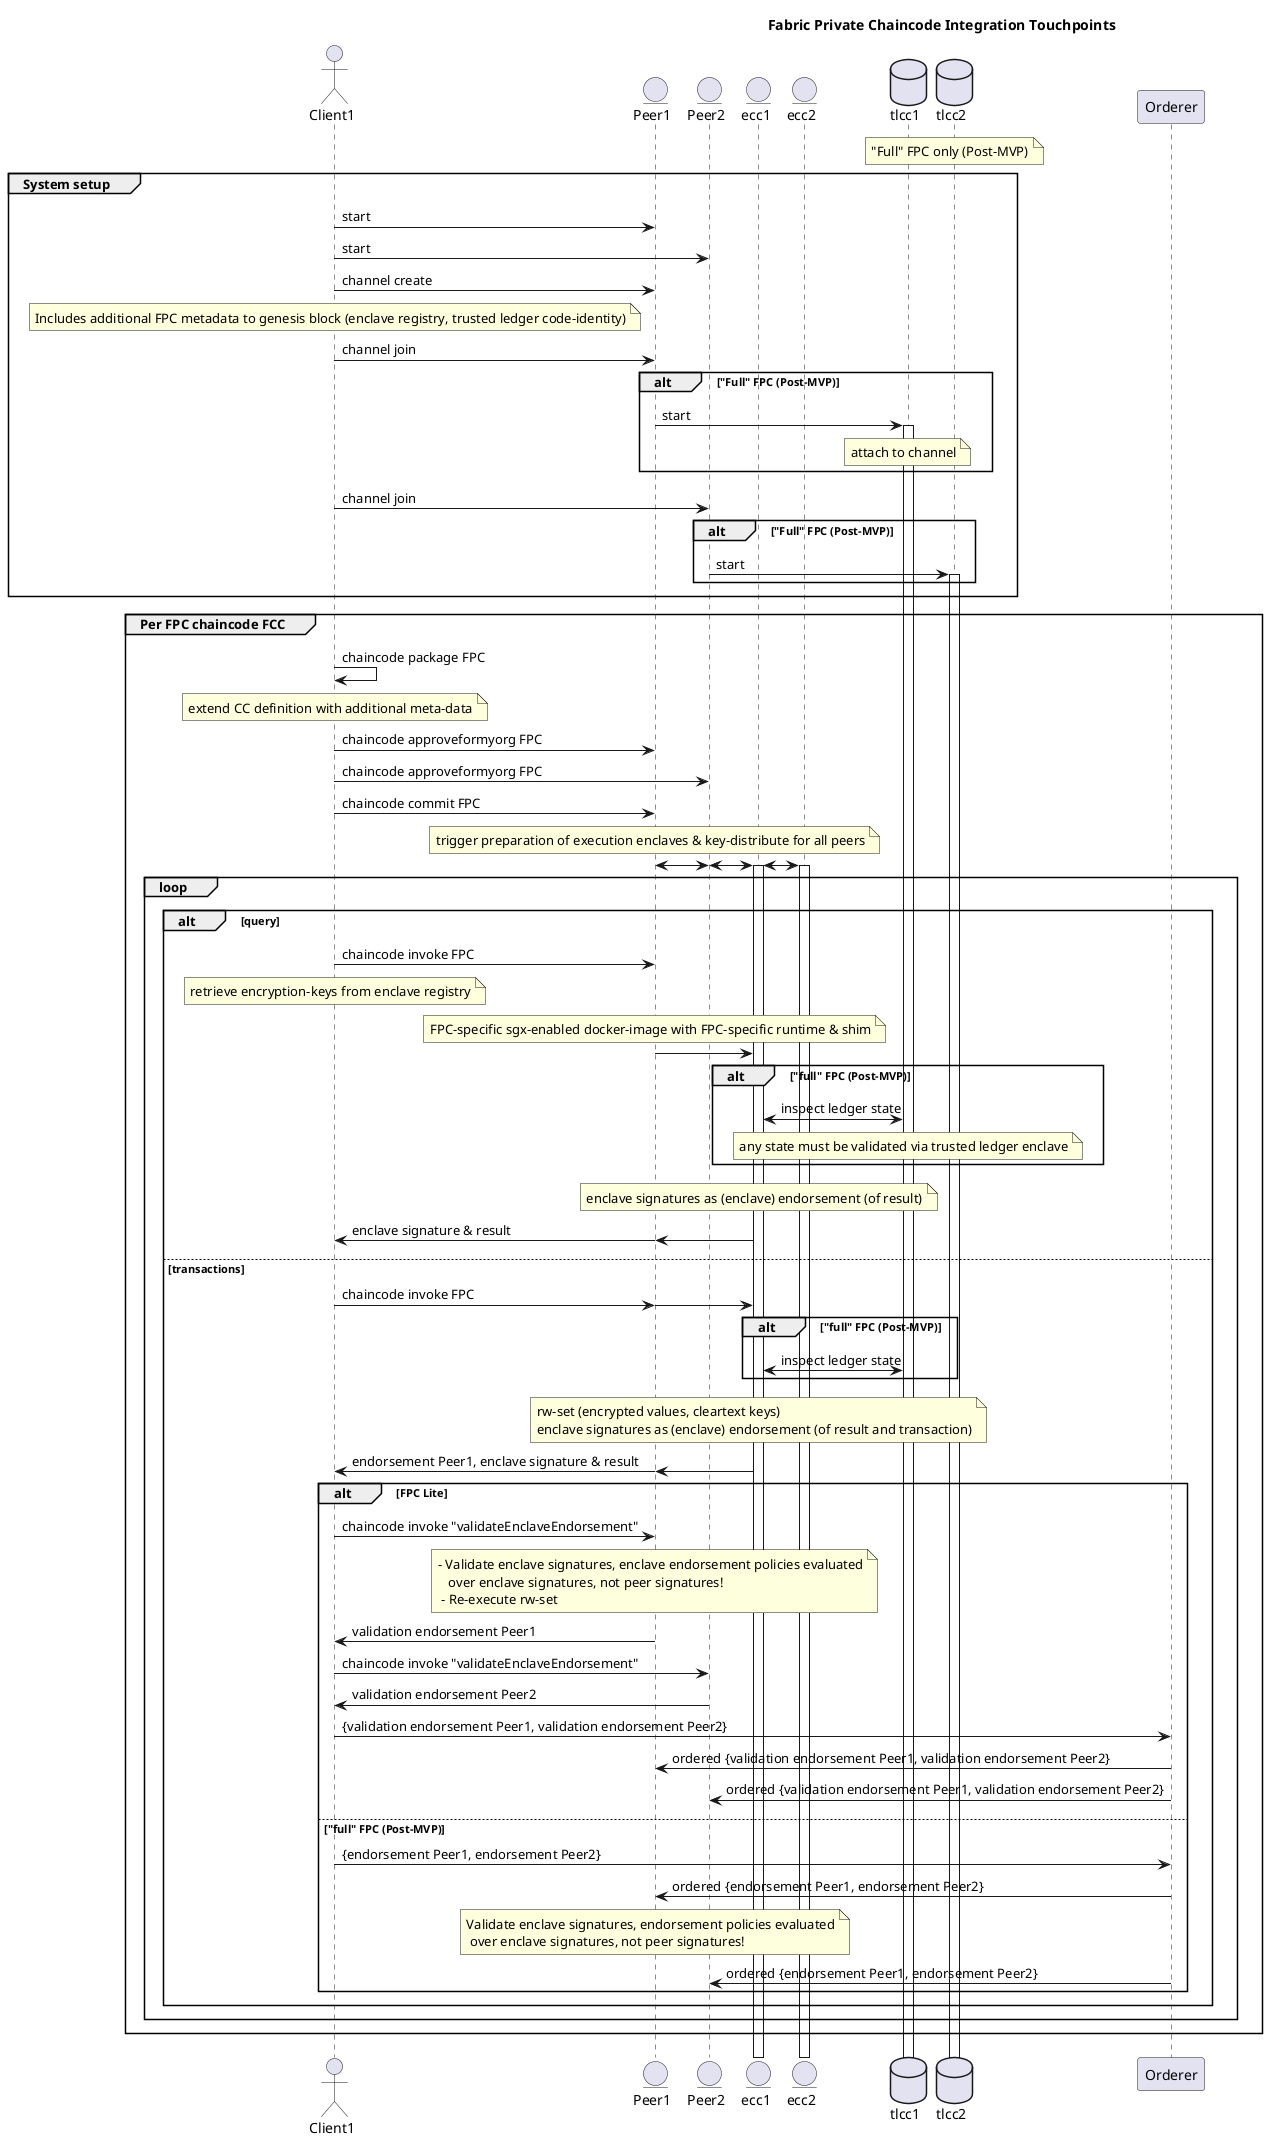
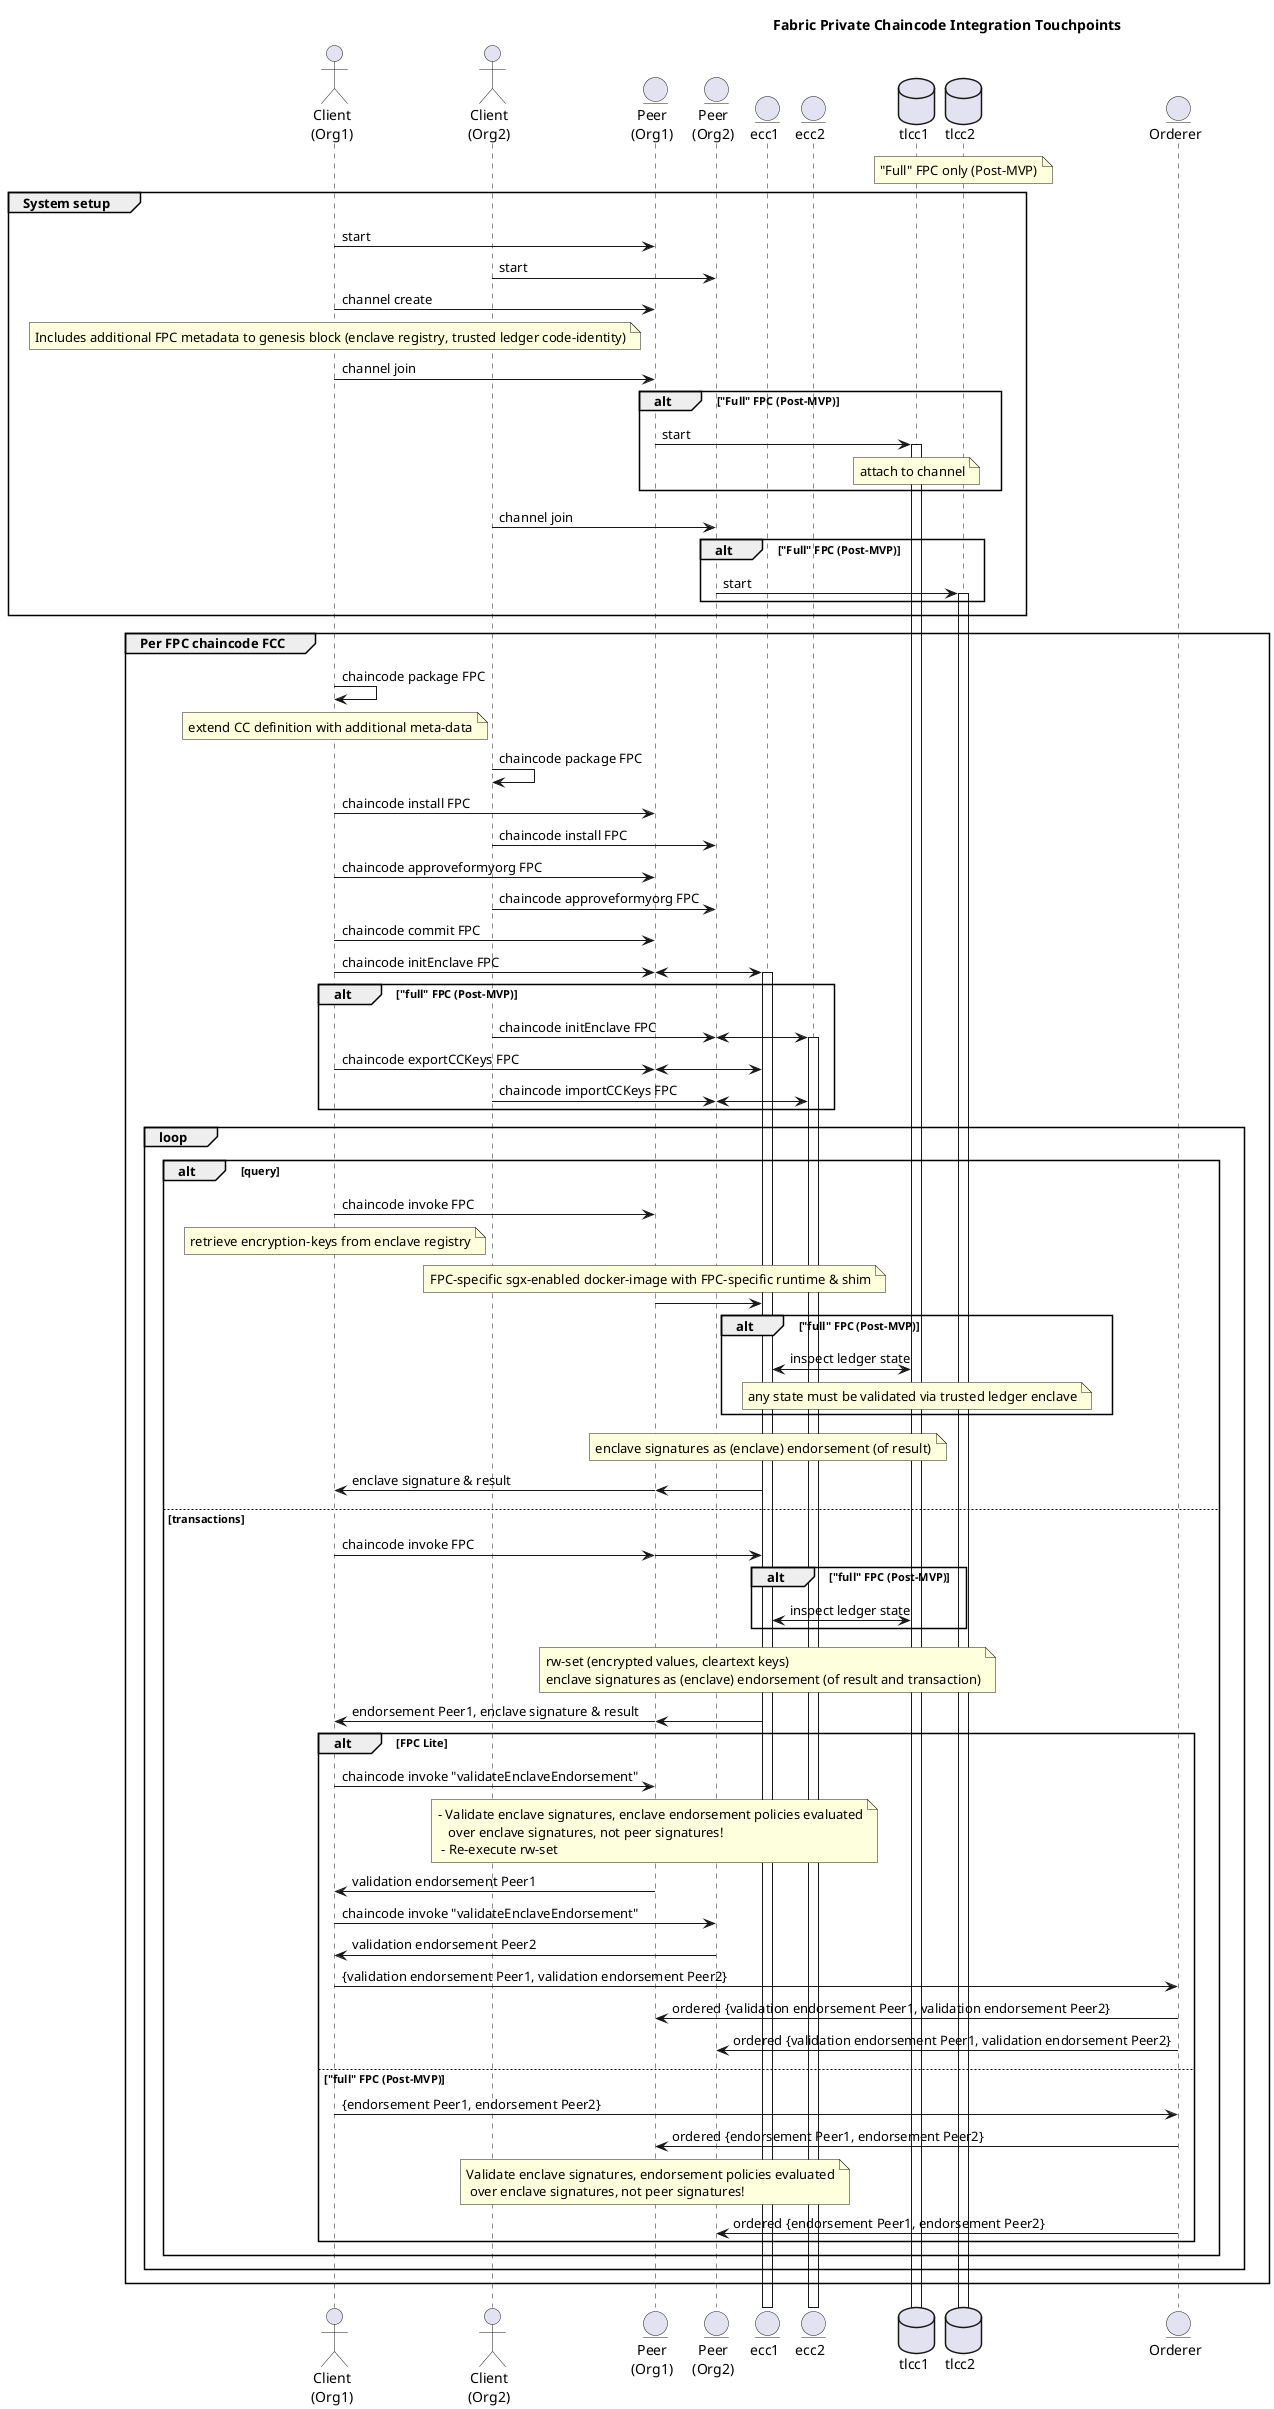
/'
    Copyright 2020 Intel Corporation
    Copyright IBM Corp. All Rights Reserved.

    SPDX-License-Identifier: Apache-2.0
'/

@startuml

'- force wrapping of longer text
'skinparam wrapWidth 400

!pragma teoz true


title Fabric Private Chaincode Integration Touchpoints

- actor	Client1
- entity	Peer1
- entity	Peer2
+ actor	"Client\n(Org1)" as Client1
+ actor	"Client\n(Org2)" as Client2
+ entity	"Peer\n(Org1)" as Peer1
+ entity	"Peer\n(Org2)" as Peer2
entity ecc1
entity ecc2
database tlcc1
database tlcc2
- 'entity	Orderer
+ entity	Orderer
'database Ledger

note over tlcc2
  "Full" FPC only (Post-MVP)
end note

group System setup

  Client1 -> Peer1 : start
-   Client1 -> Peer2 : start
+   Client2 -> Peer2 : start

  Client1 -> Peer1 : channel create
    note over Client1
      Includes additional FPC metadata to genesis block (enclave registry, trusted ledger code-identity)
    end note

  Client1 -> Peer1 : channel join
  alt "Full" FPC (Post-MVP)
    Peer1 -> tlcc1 : start
    activate tlcc1
      note over tlcc1
        attach to channel
      end note
  end

-   Client1 -> Peer2 : channel join
+   Client2 -> Peer2 : channel join
  alt "Full" FPC (Post-MVP)
    Peer2 -> tlcc2 : start
    activate tlcc2
  end

end


group Per FPC chaincode FCC

   Client1 -> Client1: chaincode package FPC
   note over Client1
     extend CC definition with additional meta-data
   end note
+    Client2 -> Client2: chaincode package FPC
+ 
+    Client1 -> Peer1: chaincode install FPC
+    Client2 -> Peer2: chaincode install FPC

   Client1 -> Peer1 : chaincode approveformyorg FPC
-    Client1 -> Peer2 : chaincode approveformyorg FPC
+    Client2 -> Peer2 : chaincode approveformyorg FPC

   Client1 -> Peer1 : chaincode commit FPC
-    note over Peer1
-      trigger preparation of execution enclaves & key-distribute for all peers
-    end note
-    Peer1 <-> Peer2
-    & Peer2 <-> ecc1
-    & ecc1 <-> ecc2
+ 
+    Client1 -> Peer1 : chaincode initEnclave FPC
+    & Peer1 <-> ecc1
   activate ecc1
-    activate ecc2
+ 
+    alt "full" FPC (Post-MVP)
+       Client2 -> Peer2 : chaincode initEnclave FPC
+       & Peer2 <-> ecc2
+       activate ecc2
+       Client1 -> Peer1 : chaincode exportCCKeys FPC
+       & Peer1 <-> ecc1
+       Client2 -> Peer2 : chaincode importCCKeys FPC
+       & Peer2 <-> ecc2
+    end

   loop
     alt query
        Client1 -> Peer1 : chaincode invoke FPC
          note over Client1
            retrieve encryption-keys from enclave registry
          end note
          note over Peer1
            FPC-specific sgx-enabled docker-image with FPC-specific runtime & shim
          end note
        Peer1 -> ecc1
        alt "full" FPC (Post-MVP)
          ecc1 <-> tlcc1: inspect ledger state
            note over tlcc1
              any state must be validated via trusted ledger enclave
            end note
        end
        note over ecc1
  	      enclave signatures as (enclave) endorsement (of result)
        end note
        Peer1 <- ecc1
        & Client1 <- Peer1 : enclave signature & result

     else transactions
        Client1 -> Peer1 : chaincode invoke FPC
        & Peer1 -> ecc1
        alt "full" FPC (Post-MVP)
          ecc1 <-> tlcc1: inspect ledger state
        end
        note over ecc1
  	      rw-set (encrypted values, cleartext keys)
  	      enclave signatures as (enclave) endorsement (of result and transaction)
        end note
        Peer1 <- ecc1
        & Client1 <- Peer1 : endorsement Peer1, enclave signature & result

        alt FPC Lite
          Client1 -> Peer1 : chaincode invoke "validateEnclaveEndorsement"
            note over Peer1
  	          - Validate enclave signatures, enclave endorsement policies evaluated
                over enclave signatures, not peer signatures!
              - Re-execute rw-set
            end note
          Client1 <- Peer1 : validation endorsement Peer1
          Client1 -> Peer2 : chaincode invoke "validateEnclaveEndorsement"
          Client1 <- Peer2 : validation endorsement Peer2
          Client1 -> Orderer : {validation endorsement Peer1, validation endorsement Peer2}
          Peer1 <- Orderer : ordered {validation endorsement Peer1, validation endorsement Peer2}
          Peer2 <- Orderer : ordered {validation endorsement Peer1, validation endorsement Peer2}
        else "full" FPC (Post-MVP)
          Client1 -> Orderer : {endorsement Peer1, endorsement Peer2}
          Peer1 <- Orderer : ordered {endorsement Peer1, endorsement Peer2}
            note over Peer1
  	          Validate enclave signatures, endorsement policies evaluated
              over enclave signatures, not peer signatures!
            end note
          Peer2 <- Orderer : ordered {endorsement Peer1, endorsement Peer2}
        end
     end
   end

end

@enduml
